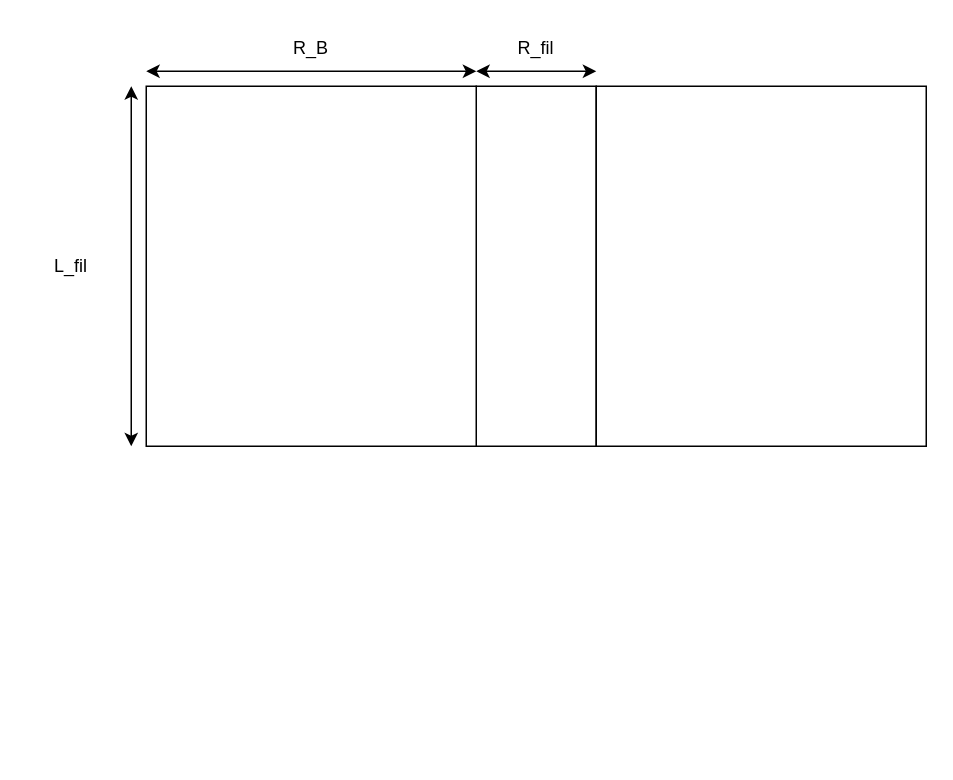
This is DrawIo/Filament_géométrie.drawio from KyuriTaima/CygnusDynamics, a draw.io file, before an edit. Source tidied: cells renumbered, new cells numbered last; positions are measured from the earlier drawing's top-left corner, leaving out a move shared by most shapes. Both pictures are drawn from the tidied source at 150%, with x=0, y=0 at pixel (26, 26).
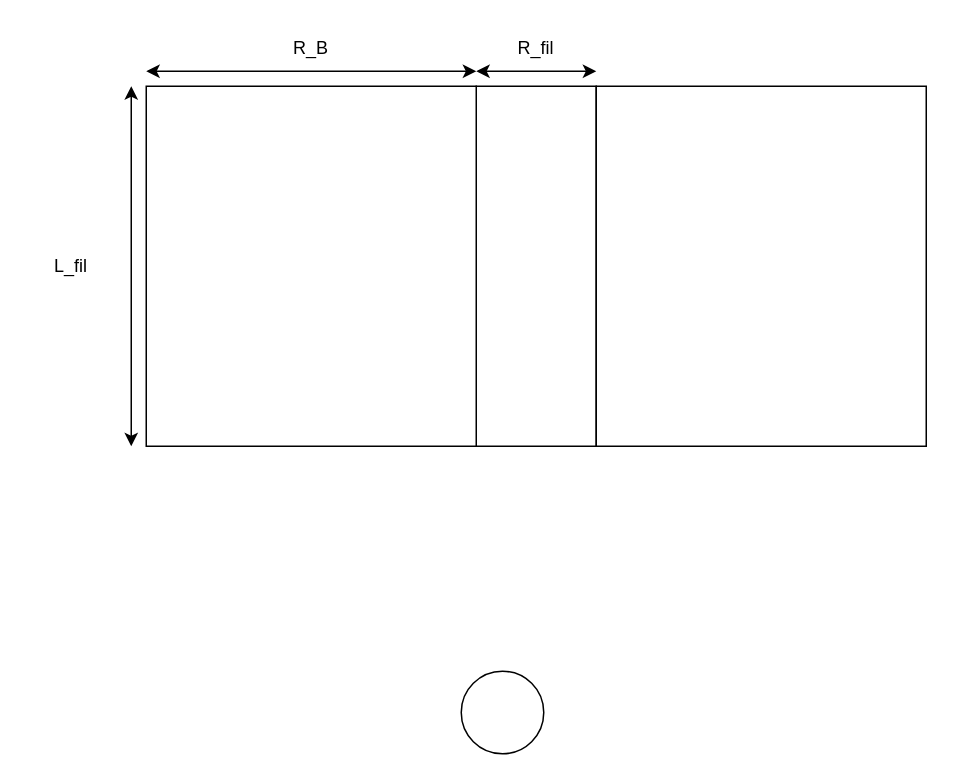
Above is the later version.

Commit message:
Overleaf Connect auto-sync [2026-06-18 11:45:38]

What changed in the source:
```diff
@@
 <mxGraphModel>
   <root>
     <mxCell id="0" />
     <mxCell id="1" parent="0" />
     <mxCell id="2" style="rounded=0;whiteSpace=wrap;html=1;" parent="1" vertex="1">
       <mxGeometry x="300" y="40" width="80" height="240" as="geometry" />
     </mxCell>
     <mxCell id="3" style="rounded=0;whiteSpace=wrap;html=1;" parent="1" vertex="1">
       <mxGeometry x="380" y="40" width="220" height="240" as="geometry" />
     </mxCell>
     <mxCell id="4" style="rounded=0;whiteSpace=wrap;html=1;" parent="1" vertex="1">
       <mxGeometry x="80" y="40" width="220" height="240" as="geometry" />
     </mxCell>
     <mxCell id="5" style="endArrow=classic;startArrow=classic;html=1;rounded=0;" parent="1" edge="1">
       <mxGeometry relative="1" as="geometry">
         <mxPoint x="80" y="30" as="sourcePoint" />
         <mxPoint x="300" y="30" as="targetPoint" />
       </mxGeometry>
     </mxCell>
     <mxCell id="6" value="R_B" style="text;html=1;whiteSpace=wrap;strokeColor=none;fillColor=none;align=center;verticalAlign=middle;rounded=0;" parent="1" vertex="1">
       <mxGeometry x="160" width="60" height="30" as="geometry" />
     </mxCell>
     <mxCell id="7" style="endArrow=classic;startArrow=classic;html=1;rounded=0;" parent="1" edge="1">
       <mxGeometry relative="1" as="geometry">
         <mxPoint x="300" y="30" as="sourcePoint" />
         <mxPoint x="380" y="30" as="targetPoint" />
       </mxGeometry>
     </mxCell>
     <mxCell id="8" value="R_fil" style="text;html=1;whiteSpace=wrap;strokeColor=none;fillColor=none;align=center;verticalAlign=middle;rounded=0;" parent="1" vertex="1">
       <mxGeometry x="310" width="60" height="30" as="geometry" />
     </mxCell>
     <mxCell id="9" style="endArrow=classic;startArrow=classic;html=1;rounded=0;" parent="1" edge="1">
       <mxGeometry relative="1" as="geometry">
         <mxPoint x="70" y="280" as="sourcePoint" />
         <mxPoint x="70" y="40" as="targetPoint" />
       </mxGeometry>
     </mxCell>
     <mxCell id="10" value="L_fil" style="text;html=1;whiteSpace=wrap;strokeColor=none;fillColor=none;align=center;verticalAlign=middle;rounded=0;" parent="1" vertex="1">
       <mxGeometry y="145" width="60" height="30" as="geometry" />
     </mxCell>
+    <mxCell id="11" style="ellipse;whiteSpace=wrap;html=1;" parent="1" vertex="1">
+      <mxGeometry x="290" y="430" width="55" height="55" as="geometry" />
+    </mxCell>
   </root>
 </mxGraphModel>
```
